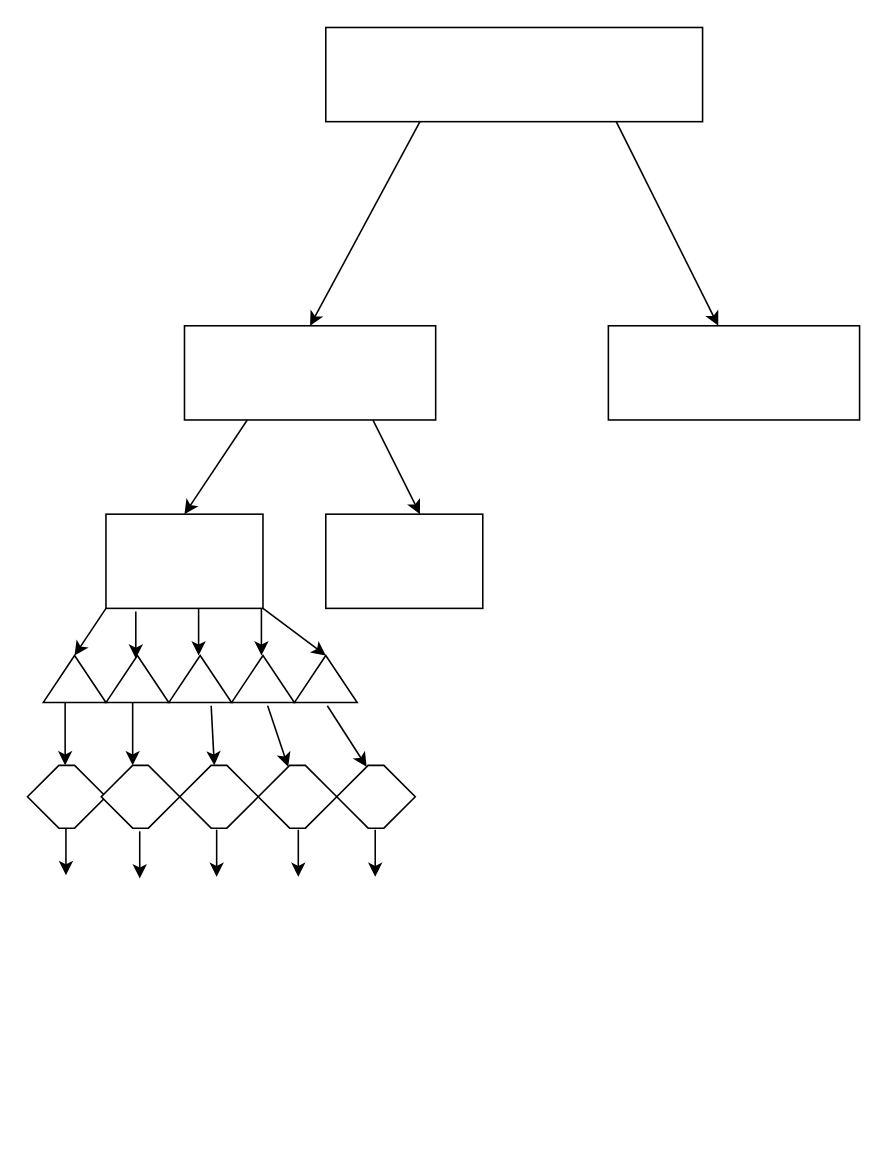
anmolk11/SM-RuleMiner keeps this draw.io diagram as Working code/data/Untitled Diagram.drawio. Above is the earlier version. Source tidied: cells renumbered, new cells numbered last; positions are measured from the earlier drawing's top-left corner, leaving out a move shared by most shapes. Both pictures are drawn from the tidied source at 157%, with x=0, y=0 at pixel (27, 27).
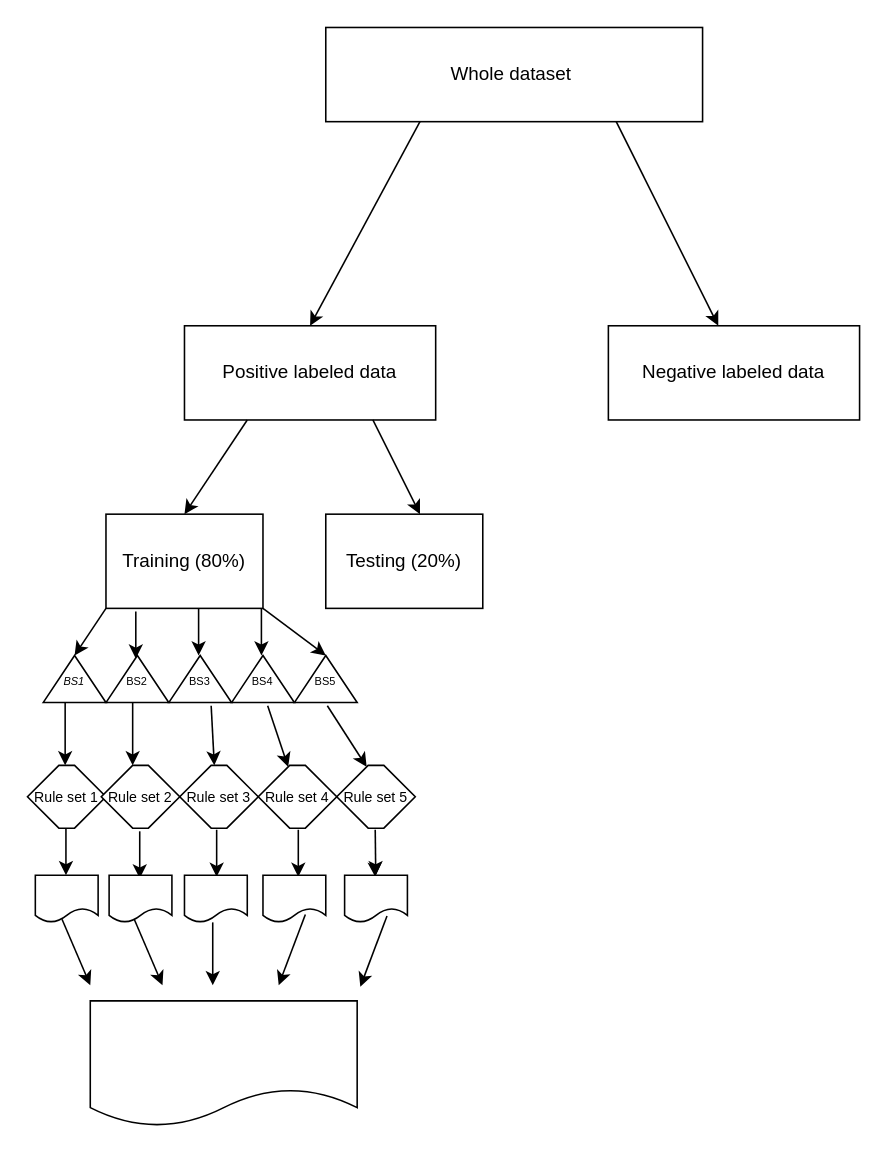
Above is the later version.

Change to the diagram source:
```diff
@@
-    <mxCell id="2" style="rounded=0;whiteSpace=wrap;html=1;" parent="1" vertex="1">
+    <mxCell id="2" value="Whole dataset&amp;nbsp;" style="rounded=0;whiteSpace=wrap;html=1;" parent="1" vertex="1">
       <mxGeometry x="190" width="240" height="60" as="geometry" />
     </mxCell>
@@
-    <mxCell id="5" style="rounded=0;whiteSpace=wrap;html=1;" parent="1" vertex="1">
+    <mxCell id="5" value="Positive labeled data" style="rounded=0;whiteSpace=wrap;html=1;" parent="1" vertex="1">
       <mxGeometry x="100" y="190" width="160" height="60" as="geometry" />
     </mxCell>
-    <mxCell id="6" style="rounded=0;whiteSpace=wrap;html=1;" parent="1" vertex="1">
+    <mxCell id="6" value="Negative labeled data" style="rounded=0;whiteSpace=wrap;html=1;" parent="1" vertex="1">
       <mxGeometry x="370" y="190" width="160" height="60" as="geometry" />
     </mxCell>
@@
-    <mxCell id="9" style="rounded=0;whiteSpace=wrap;html=1;" parent="1" vertex="1">
+    <mxCell id="9" value="Training (80%)" style="rounded=0;whiteSpace=wrap;html=1;" parent="1" vertex="1">
       <mxGeometry x="50" y="310" width="100" height="60" as="geometry" />
     </mxCell>
-    <mxCell id="10" style="rounded=0;whiteSpace=wrap;html=1;" parent="1" vertex="1">
+    <mxCell id="10" value="Testing (20%)" style="rounded=0;whiteSpace=wrap;html=1;" parent="1" vertex="1">
       <mxGeometry x="190" y="310" width="100" height="60" as="geometry" />
     </mxCell>
@@
-    <mxCell id="16" style="shape=trapezoid;perimeter=trapezoidPerimeter;whiteSpace=wrap;html=1;fixedSize=1;" parent="1" vertex="1">
+    <mxCell id="16" value="&lt;font style=&quot;font-size: 7px;&quot;&gt;&lt;i&gt;BS1&lt;/i&gt;&lt;/font&gt;" style="shape=trapezoid;perimeter=trapezoidPerimeter;whiteSpace=wrap;html=1;fixedSize=1;" parent="1" vertex="1">
       <mxGeometry x="10" y="400" width="40" height="30" as="geometry" />
     </mxCell>
-    <mxCell id="17" style="shape=trapezoid;perimeter=trapezoidPerimeter;whiteSpace=wrap;html=1;fixedSize=1;" parent="1" vertex="1">
+    <mxCell id="17" value="&lt;font style=&quot;font-size: 7px;&quot;&gt;BS2&lt;/font&gt;" style="shape=trapezoid;perimeter=trapezoidPerimeter;whiteSpace=wrap;html=1;fixedSize=1;" parent="1" vertex="1">
       <mxGeometry x="50" y="400" width="40" height="30" as="geometry" />
     </mxCell>
-    <mxCell id="18" style="shape=trapezoid;perimeter=trapezoidPerimeter;whiteSpace=wrap;html=1;fixedSize=1;" parent="1" vertex="1">
+    <mxCell id="18" value="&lt;font style=&quot;font-size: 7px;&quot;&gt;BS3&lt;/font&gt;" style="shape=trapezoid;perimeter=trapezoidPerimeter;whiteSpace=wrap;html=1;fixedSize=1;" parent="1" vertex="1">
       <mxGeometry x="90" y="400" width="40" height="30" as="geometry" />
     </mxCell>
-    <mxCell id="19" style="shape=trapezoid;perimeter=trapezoidPerimeter;whiteSpace=wrap;html=1;fixedSize=1;" parent="1" vertex="1">
+    <mxCell id="19" value="&lt;font style=&quot;font-size: 7px;&quot;&gt;BS4&lt;/font&gt;" style="shape=trapezoid;perimeter=trapezoidPerimeter;whiteSpace=wrap;html=1;fixedSize=1;" parent="1" vertex="1">
       <mxGeometry x="130" y="400" width="40" height="30" as="geometry" />
     </mxCell>
-    <mxCell id="20" style="shape=trapezoid;perimeter=trapezoidPerimeter;whiteSpace=wrap;html=1;fixedSize=1;" parent="1" vertex="1">
+    <mxCell id="20" value="&lt;font style=&quot;font-size: 7px;&quot;&gt;BS5&lt;/font&gt;" style="shape=trapezoid;perimeter=trapezoidPerimeter;whiteSpace=wrap;html=1;fixedSize=1;" parent="1" vertex="1">
       <mxGeometry x="170" y="400" width="40" height="30" as="geometry" />
     </mxCell>
@@
-    <mxCell id="26" style="shape=hexagon;perimeter=hexagonPerimeter2;whiteSpace=wrap;html=1;fixedSize=1;" parent="1" vertex="1">
+    <mxCell id="26" value="&lt;font style=&quot;font-size: 9px;&quot;&gt;Rule set 1&lt;/font&gt;" style="shape=hexagon;perimeter=hexagonPerimeter2;whiteSpace=wrap;html=1;fixedSize=1;" parent="1" vertex="1">
       <mxGeometry y="470" width="50" height="40" as="geometry" />
     </mxCell>
-    <mxCell id="27" style="shape=hexagon;perimeter=hexagonPerimeter2;whiteSpace=wrap;html=1;fixedSize=1;" parent="1" vertex="1">
+    <mxCell id="27" value="&lt;font style=&quot;font-size: 9px;&quot;&gt;Rule set 2&lt;/font&gt;" style="shape=hexagon;perimeter=hexagonPerimeter2;whiteSpace=wrap;html=1;fixedSize=1;" parent="1" vertex="1">
       <mxGeometry x="47" y="470" width="50" height="40" as="geometry" />
     </mxCell>
-    <mxCell id="28" style="shape=hexagon;perimeter=hexagonPerimeter2;whiteSpace=wrap;html=1;fixedSize=1;" parent="1" vertex="1">
+    <mxCell id="28" value="&lt;font style=&quot;font-size: 9px;&quot;&gt;Rule set 3&lt;/font&gt;" style="shape=hexagon;perimeter=hexagonPerimeter2;whiteSpace=wrap;html=1;fixedSize=1;" parent="1" vertex="1">
       <mxGeometry x="97" y="470" width="50" height="40" as="geometry" />
     </mxCell>
-    <mxCell id="29" style="shape=hexagon;perimeter=hexagonPerimeter2;whiteSpace=wrap;html=1;fixedSize=1;" parent="1" vertex="1">
+    <mxCell id="29" value="&lt;font style=&quot;font-size: 9px;&quot;&gt;Rule set 4&lt;/font&gt;" style="shape=hexagon;perimeter=hexagonPerimeter2;whiteSpace=wrap;html=1;fixedSize=1;" parent="1" vertex="1">
       <mxGeometry x="147" y="470" width="50" height="40" as="geometry" />
     </mxCell>
-    <mxCell id="30" style="shape=hexagon;perimeter=hexagonPerimeter2;whiteSpace=wrap;html=1;fixedSize=1;" parent="1" vertex="1">
+    <mxCell id="30" value="&lt;font style=&quot;font-size: 9px;&quot;&gt;Rule set 5&lt;/font&gt;" style="shape=hexagon;perimeter=hexagonPerimeter2;whiteSpace=wrap;html=1;fixedSize=1;" parent="1" vertex="1">
       <mxGeometry x="197" y="470" width="50" height="40" as="geometry" />
     </mxCell>
@@
-    <mxCell id="35" style="endArrow=classic;html=1;rounded=0;" parent="1" edge="1">
+    <mxCell id="35" style="endArrow=classic;html=1;rounded=0;" parent="1" edge="1" source="41">
       <mxGeometry relative="1" as="geometry">
-        <mxPoint x="221.5" y="511" as="sourcePoint" />
         <mxPoint x="221.5" y="541" as="targetPoint" />
       </mxGeometry>
     </mxCell>
+    <mxCell id="36" style="shape=document;whiteSpace=wrap;html=1;boundedLbl=1;" parent="1" vertex="1">
+      <mxGeometry x="5" y="540" width="40" height="30" as="geometry" />
+    </mxCell>
+    <mxCell id="37" style="shape=document;whiteSpace=wrap;html=1;boundedLbl=1;" parent="1" vertex="1">
+      <mxGeometry x="52" y="540" width="40" height="30" as="geometry" />
+    </mxCell>
+    <mxCell id="38" style="shape=document;whiteSpace=wrap;html=1;boundedLbl=1;" parent="1" vertex="1">
+      <mxGeometry x="100" y="540" width="40" height="30" as="geometry" />
+    </mxCell>
+    <mxCell id="39" style="shape=document;whiteSpace=wrap;html=1;boundedLbl=1;" parent="1" vertex="1">
+      <mxGeometry x="150" y="540" width="40" height="30" as="geometry" />
+    </mxCell>
+    <mxCell id="40" style="endArrow=classic;html=1;rounded=0;" parent="1" edge="1" target="41">
+      <mxGeometry relative="1" as="geometry">
+        <mxPoint x="221.5" y="511" as="sourcePoint" />
+      </mxGeometry>
+    </mxCell>
+    <mxCell id="41" style="shape=document;whiteSpace=wrap;html=1;boundedLbl=1;" parent="1" vertex="1">
+      <mxGeometry x="202" y="540" width="40" height="30" as="geometry" />
+    </mxCell>
+    <mxCell id="42" style="endArrow=classic;html=1;rounded=0;" parent="1" edge="1">
+      <mxGeometry relative="1" as="geometry">
+        <mxPoint x="22" y="568" as="sourcePoint" />
+        <mxPoint x="40" y="610" as="targetPoint" />
+      </mxGeometry>
+    </mxCell>
+    <mxCell id="43" style="endArrow=classic;html=1;rounded=0;" parent="1" edge="1">
+      <mxGeometry relative="1" as="geometry">
+        <mxPoint x="68" y="568" as="sourcePoint" />
+        <mxPoint x="86" y="610" as="targetPoint" />
+      </mxGeometry>
+    </mxCell>
+    <mxCell id="44" style="endArrow=classic;html=1;rounded=0;" parent="1" edge="1">
+      <mxGeometry relative="1" as="geometry">
+        <mxPoint x="118" y="570" as="sourcePoint" />
+        <mxPoint x="118" y="610" as="targetPoint" />
+      </mxGeometry>
+    </mxCell>
+    <mxCell id="45" style="endArrow=classic;html=1;rounded=0;" parent="1" edge="1">
+      <mxGeometry relative="1" as="geometry">
+        <mxPoint x="177" y="565" as="sourcePoint" />
+        <mxPoint x="160" y="610" as="targetPoint" />
+      </mxGeometry>
+    </mxCell>
+    <mxCell id="46" style="endArrow=classic;html=1;rounded=0;" parent="1" edge="1">
+      <mxGeometry relative="1" as="geometry">
+        <mxPoint x="229" y="566" as="sourcePoint" />
+        <mxPoint x="212" y="611" as="targetPoint" />
+      </mxGeometry>
+    </mxCell>
+    <mxCell id="47" style="shape=document;whiteSpace=wrap;html=1;boundedLbl=1;" parent="1" vertex="1">
+      <mxGeometry x="40" y="620" width="170" height="80" as="geometry" />
+    </mxCell>
```
